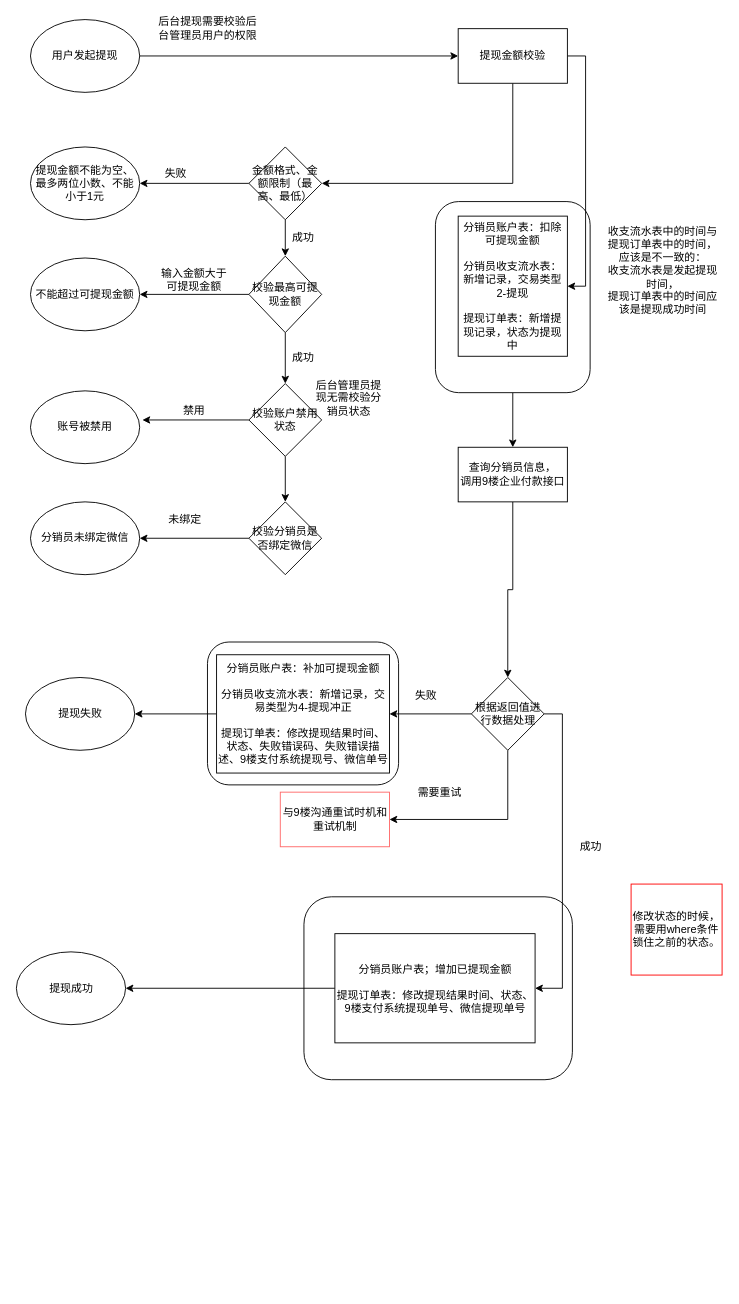
Above: 杨妈二期分销员模块-提现流程图.drawio in dingchengyungit/drawio (draw.io), before the change. Source tidied: cells renumbered, new cells numbered last; positions are measured from the earlier drawing's top-left corner, leaving out a move shared by most shapes. Both pictures are drawn from the tidied source at 91%, with x=0, y=0 at pixel (15, 19).
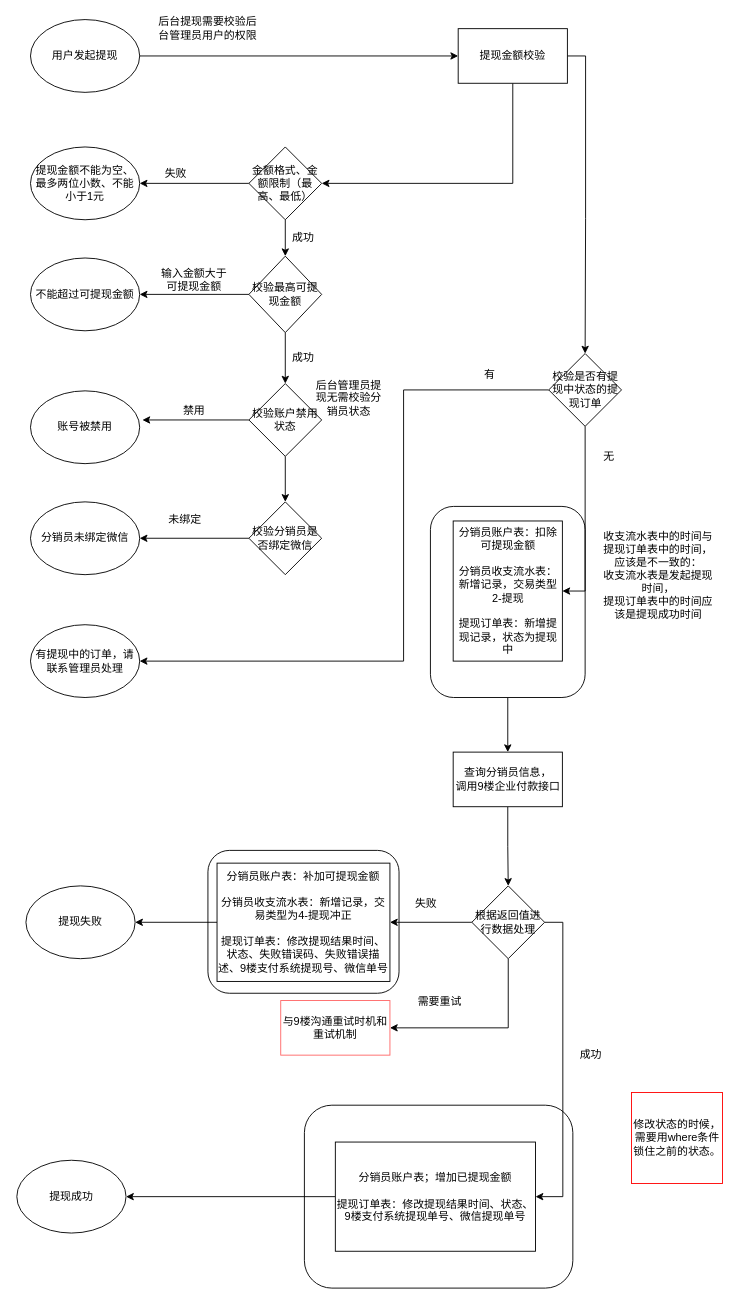
Above is the later version.

Commit message:
更新杨妈二期分销员模块-提现流程图.drawio

Unchanged cells that the change refers to:
```xml
<mxCell id="10" value="提现金额校验" style="rounded=0;whiteSpace=wrap;html=1;" parent="1" vertex="1">
  <mxGeometry x="486" y="10" width="120" height="60" as="geometry" />
</mxCell>
```

Diff of the diagram source:
```diff
@@
     <mxCell id="2" style="rounded=1;whiteSpace=wrap;html=1;" parent="1" vertex="1">
-      <mxGeometry x="316.5" y="964" width="295" height="201" as="geometry" />
+      <mxGeometry x="317" y="1193" width="295" height="201" as="geometry" />
     </mxCell>
     <mxCell id="3" style="rounded=1;whiteSpace=wrap;html=1;" parent="1" vertex="1">
-      <mxGeometry x="210.5" y="684" width="210" height="157" as="geometry" />
+      <mxGeometry x="211" y="913" width="210" height="157" as="geometry" />
     </mxCell>
@@
     <mxCell id="5" style="rounded=1;whiteSpace=wrap;html=1;" parent="1" vertex="1">
-      <mxGeometry x="461" y="200" width="170" height="210" as="geometry" />
+      <mxGeometry x="455.5" y="535" width="170" height="210" as="geometry" />
     </mxCell>
@@
-    <mxCell id="8" style="edgeStyle=orthogonalEdgeStyle;rounded=0;jettySize=auto;html=1;exitX=1;exitY=0.5;exitDx=0;exitDy=0;entryX=1;entryY=0.5;entryDx=0;entryDy=0;" parent="1" edge="1" source="10" target="11">
+    <mxCell id="8" style="edgeStyle=orthogonalEdgeStyle;rounded=0;jettySize=auto;html=1;exitX=1;exitY=0.5;exitDx=0;exitDy=0;entryX=0.5;entryY=0;entryDx=0;entryDy=0;" parent="1" edge="1" source="10" target="55">
       <mxGeometry relative="1" as="geometry" />
     </mxCell>
@@
     <mxCell id="11" value="分销员账户表：扣除可提现金额&lt;br&gt;&lt;br&gt;分销员收支流水表：新增记录，交易类型 2-提现&lt;br&gt;&lt;br&gt;提现订单表：新增提现记录，状态为提现中" style="rounded=0;whiteSpace=wrap;html=1;" parent="1" vertex="1">
-      <mxGeometry x="486" y="216" width="120" height="154" as="geometry" />
+      <mxGeometry x="480.5" y="551" width="120" height="154" as="geometry" />
     </mxCell>
@@
     <mxCell id="30" value="查询分销员信息，&lt;br&gt;调用9楼企业付款接口" style="rounded=0;whiteSpace=wrap;html=1;" parent="1" vertex="1">
-      <mxGeometry x="486" y="470" width="120" height="60" as="geometry" />
+      <mxGeometry x="480.5" y="805" width="120" height="60" as="geometry" />
     </mxCell>
@@
     <mxCell id="34" value="根据返回值进行数据处理" style="rhombus;whiteSpace=wrap;html=1;" parent="1" vertex="1">
-      <mxGeometry x="500.5" y="723" width="80" height="80" as="geometry" />
+      <mxGeometry x="501" y="952" width="80" height="80" as="geometry" />
     </mxCell>
@@
     <mxCell id="36" value="分销员账户表：补加可提现金额&lt;br&gt;&lt;br&gt;分销员收支流水表：新增记录，交易类型为4-提现冲正&lt;br&gt;&lt;br&gt;提现订单表：修改提现结果时间、状态、失败错误码、失败错误描述、9楼支付系统提现号、微信单号" style="rounded=0;whiteSpace=wrap;html=1;" parent="1" vertex="1">
-      <mxGeometry x="220.5" y="698" width="190" height="130" as="geometry" />
+      <mxGeometry x="221" y="927" width="190" height="130" as="geometry" />
     </mxCell>
     <mxCell id="37" value="失败" style="text;html=1;strokeColor=none;fillColor=none;align=center;verticalAlign=middle;whiteSpace=wrap;rounded=0;" parent="1" vertex="1">
-      <mxGeometry x="430.5" y="733" width="40" height="20" as="geometry" />
+      <mxGeometry x="431" y="962" width="40" height="20" as="geometry" />
     </mxCell>
@@
     <mxCell id="39" value="分销员账户表；增加已提现金额&lt;br&gt;&lt;br&gt;提现订单表：修改提现结果时间、状态、9楼支付系统提现单号、微信提现单号" style="rounded=0;whiteSpace=wrap;html=1;" parent="1" vertex="1">
-      <mxGeometry x="350.5" y="1004.5" width="220" height="120" as="geometry" />
+      <mxGeometry x="351" y="1233.5" width="220" height="120" as="geometry" />
     </mxCell>
     <mxCell id="40" value="与9楼沟通重试时机和重试机制" style="rounded=0;whiteSpace=wrap;html=1;strokeColor=#FF6666;" parent="1" vertex="1">
-      <mxGeometry x="290.5" y="849" width="120" height="60" as="geometry" />
+      <mxGeometry x="291" y="1078" width="120" height="60" as="geometry" />
     </mxCell>
     <mxCell id="41" value="需要重试" style="text;html=1;strokeColor=none;fillColor=none;align=center;verticalAlign=middle;whiteSpace=wrap;rounded=0;" parent="1" vertex="1">
-      <mxGeometry x="440.5" y="840" width="50" height="20" as="geometry" />
+      <mxGeometry x="441" y="1069" width="50" height="20" as="geometry" />
     </mxCell>
     <mxCell id="42" value="成功" style="text;html=1;strokeColor=none;fillColor=none;align=center;verticalAlign=middle;whiteSpace=wrap;rounded=0;" parent="1" vertex="1">
-      <mxGeometry x="611.5" y="899" width="40" height="20" as="geometry" />
+      <mxGeometry x="612" y="1128" width="40" height="20" as="geometry" />
     </mxCell>
     <mxCell id="43" value="提现成功" style="ellipse;whiteSpace=wrap;html=1;strokeColor=#000000;" parent="1" vertex="1">
-      <mxGeometry x="0.5" y="1024.5" width="120" height="80" as="geometry" />
+      <mxGeometry x="1" y="1253.5" width="120" height="80" as="geometry" />
     </mxCell>
     <mxCell id="44" value="提现失败" style="ellipse;whiteSpace=wrap;html=1;strokeColor=#000000;" parent="1" vertex="1">
-      <mxGeometry x="10.5" y="723" width="120" height="80" as="geometry" />
+      <mxGeometry x="11" y="952" width="120" height="80" as="geometry" />
     </mxCell>
     <mxCell id="45" value="收支流水表中的时间与提现订单表中的时间，应该是不一致的：&lt;br&gt;收支流水表是发起提现时间，&lt;br&gt;提现订单表中的时间应该是提现成功时间" style="text;html=1;strokeColor=none;fillColor=none;align=center;verticalAlign=middle;whiteSpace=wrap;rounded=0;" parent="1" vertex="1">
-      <mxGeometry x="646" y="204" width="130" height="144" as="geometry" />
+      <mxGeometry x="640.5" y="539" width="130" height="144" as="geometry" />
     </mxCell>
@@
     <mxCell id="52" value="修改状态的时候，需要用where条件锁住之前的状态。" style="text;html=1;strokeColor=#FF0000;fillColor=none;align=center;verticalAlign=middle;whiteSpace=wrap;rounded=0;" parent="1" vertex="1">
-      <mxGeometry x="676" y="950" width="100" height="100" as="geometry" />
+      <mxGeometry x="676.5" y="1179" width="100" height="100" as="geometry" />
     </mxCell>
+    <mxCell id="53" style="edgeStyle=orthogonalEdgeStyle;rounded=0;jettySize=auto;html=1;exitX=0.5;exitY=1;exitDx=0;exitDy=0;entryX=1;entryY=0.5;entryDx=0;entryDy=0;" parent="1" edge="1" source="55" target="11">
+      <mxGeometry relative="1" as="geometry" />
+    </mxCell>
+    <mxCell id="54" style="edgeStyle=orthogonalEdgeStyle;rounded=0;jettySize=auto;html=1;entryX=1;entryY=0.5;entryDx=0;entryDy=0;" parent="1" edge="1" source="55" target="57">
+      <mxGeometry relative="1" as="geometry">
+        <Array as="points">
+          <mxPoint x="426" y="407" />
+          <mxPoint x="426" y="705" />
+        </Array>
+      </mxGeometry>
+    </mxCell>
+    <mxCell id="55" value="校验是否有提现中状态的提现订单" style="rhombus;whiteSpace=wrap;html=1;" parent="1" vertex="1">
+      <mxGeometry x="585.5" y="367" width="80" height="80" as="geometry" />
+    </mxCell>
+    <mxCell id="56" value="无" style="text;html=1;strokeColor=none;fillColor=none;align=center;verticalAlign=middle;whiteSpace=wrap;rounded=0;" parent="1" vertex="1">
+      <mxGeometry x="632" y="470" width="40" height="20" as="geometry" />
+    </mxCell>
+    <mxCell id="57" value="有提现中的订单，请联系管理员处理" style="ellipse;whiteSpace=wrap;html=1;" parent="1" vertex="1">
+      <mxGeometry x="16" y="665" width="120" height="80" as="geometry" />
+    </mxCell>
+    <mxCell id="58" value="有" style="text;html=1;strokeColor=none;fillColor=none;align=center;verticalAlign=middle;whiteSpace=wrap;rounded=0;" parent="1" vertex="1">
+      <mxGeometry x="501" y="380" width="40" height="20" as="geometry" />
+    </mxCell>
```
